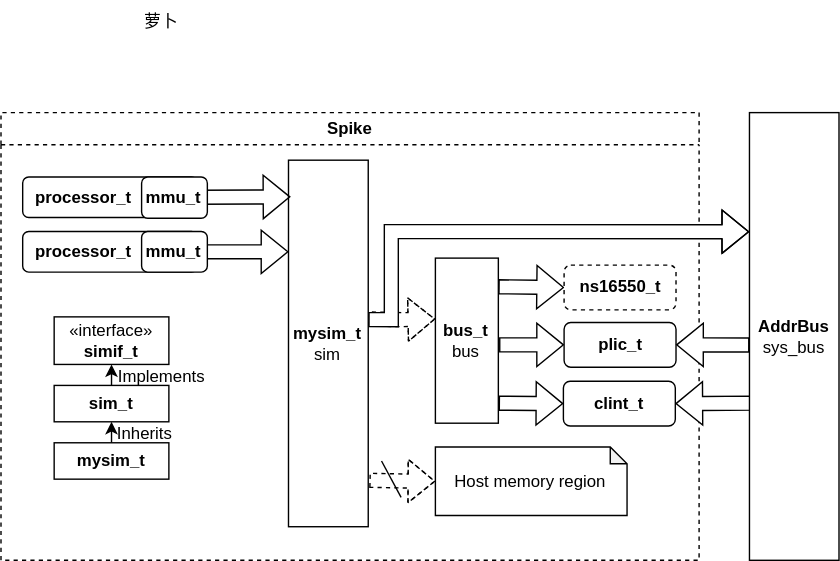
Earlier version of the draw.io export SVG/Emu_SpikeIntegration.drawio.svg (DreamChaser-luzeyu/MyPic). Source tidied: cells renumbered, new cells last; positions are measured from the earlier drawing's top-left corner, leaving out a move shared by most shapes.
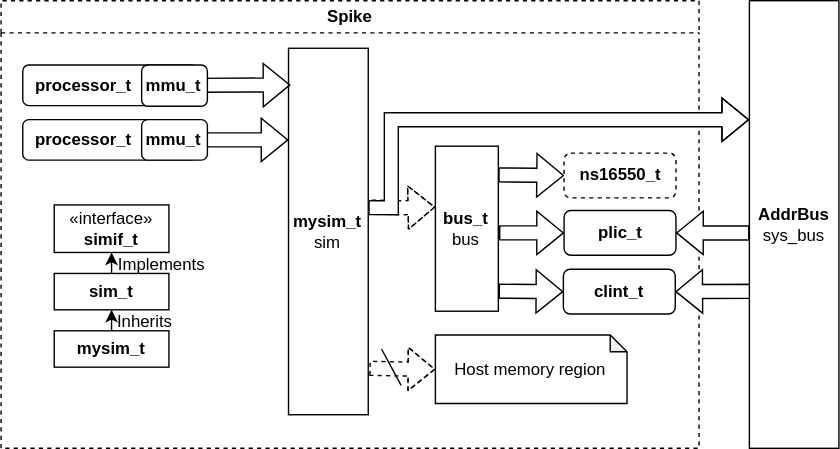
Above is the later version.

Diff of the diagram source:
```diff
@@ -108,8 +108,5 @@
         <mxPoint x="272" y="329" as="targetPoint" />
       </mxGeometry>
     </mxCell>
-    <mxCell id="32" value="萝卜" style="text;html=1;align=center;verticalAlign=middle;whiteSpace=wrap;rounded=0;" parent="1" vertex="1">
-      <mxGeometry x="85" width="60" height="30" as="geometry" />
-    </mxCell>
   </root>
 </mxGraphModel>
```
